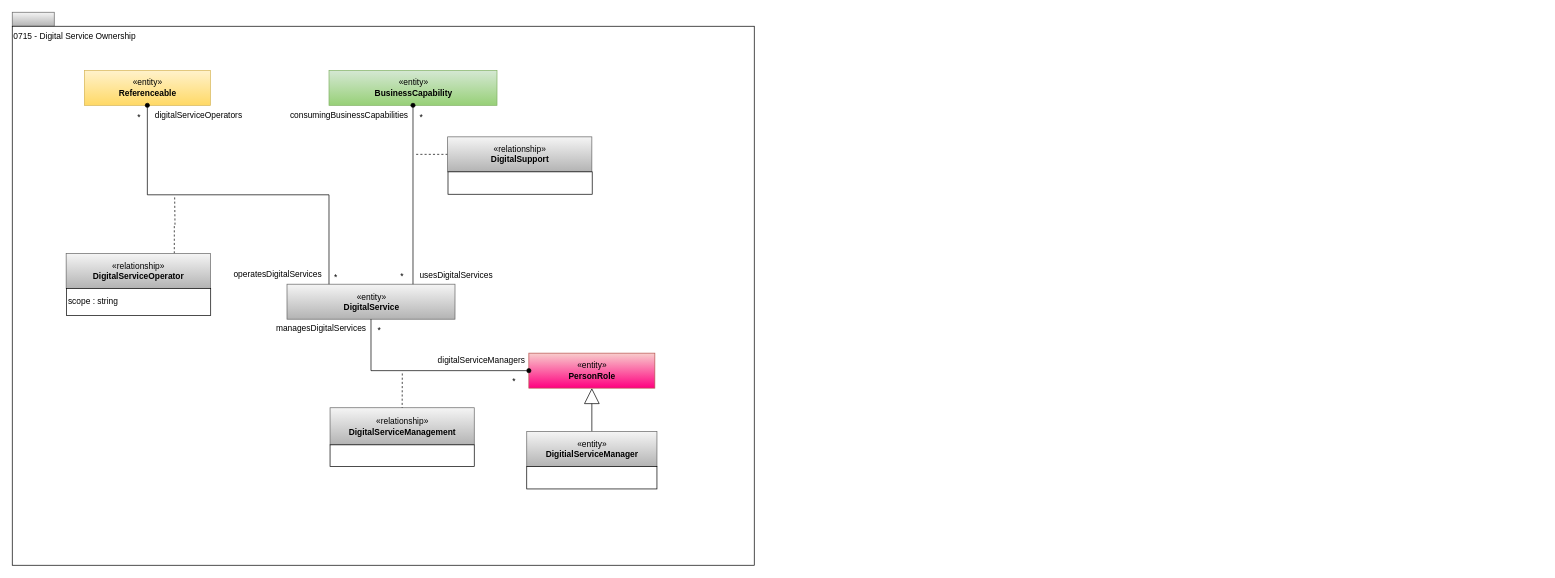
This is page "0715-Digital-Product-Management" (4 of 17) of site/docs/types/7/area-7-lineage.drawio from odpi/egeria-docs, a draw.io file, before an edit. Source tidied: cells renumbered, new cells numbered last; positions are measured from the earlier drawing's top-left corner, leaving out a move shared by most shapes. Both pictures are drawn from the tidied source at 70%, with x=0, y=0 at pixel (12, 12).
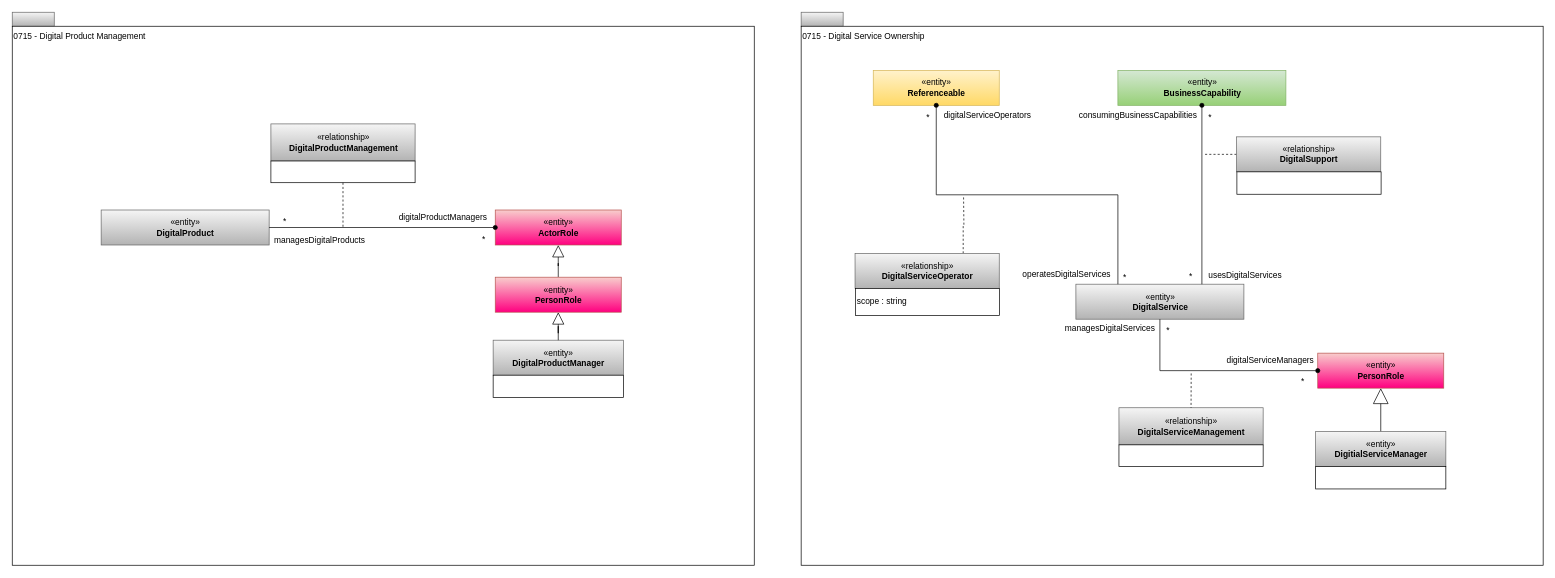
After the change.

What changed in the source:
```diff
@@
-    <mxCell id="3" value="0715 - Digital Service Ownership" style="rounded=0;whiteSpace=wrap;html=1;align=left;verticalAlign=top;" parent="1" vertex="1">
+    <mxCell id="3" value="0715 - Digital Product Management" style="rounded=0;whiteSpace=wrap;html=1;align=left;verticalAlign=top;" parent="1" vertex="1">
       <mxGeometry y="20" width="1060" height="770" as="geometry" />
     </mxCell>
-    <mxCell id="4" style="edgeStyle=orthogonalEdgeStyle;rounded=0;html=1;exitX=0.75;exitY=0;dashed=1;endArrow=none;endFill=0;jettySize=auto;exitDx=0;exitDy=0;" parent="1" edge="1" source="5">
-      <mxGeometry relative="1" as="geometry">
-        <mxPoint x="232" y="262" as="targetPoint" />
-      </mxGeometry>
-    </mxCell>
-    <mxCell id="5" value="«relationship»&lt;br&gt;&lt;b&gt;DigitalServiceOperator&lt;/b&gt;" style="html=1;strokeColor=#666666;align=center;fillColor=#f5f5f5;gradientColor=#b3b3b3;" parent="1" vertex="1">
-      <mxGeometry x="77" y="344.5" width="206" height="50" as="geometry" />
-    </mxCell>
-    <mxCell id="6" value="scope : string" style="rounded=0;whiteSpace=wrap;html=1;strokeColor=#000000;gradientColor=#ffffff;align=left;" parent="1" vertex="1">
-      <mxGeometry x="77.5" y="394.5" width="206" height="38.5" as="geometry" />
-    </mxCell>
-    <mxCell id="7" value="«entity»&lt;br&gt;&lt;b&gt;DigitalService&lt;/b&gt;" style="html=1;strokeColor=#666666;align=center;fillColor=#f5f5f5;gradientColor=#b3b3b3;" parent="1" vertex="1">
-      <mxGeometry x="392.5" y="388.5" width="240" height="50" as="geometry" />
+    <mxCell id="7" value="«entity»&lt;br&gt;&lt;b&gt;DigitalProduct&lt;/b&gt;" style="html=1;strokeColor=#666666;align=center;fillColor=#f5f5f5;gradientColor=#b3b3b3;" parent="1" vertex="1">
+      <mxGeometry x="127" y="282.5" width="240" height="50" as="geometry" />
     </mxCell>
-    <mxCell id="8" value="«entity»&lt;br&gt;&lt;b&gt;BusinessCapability&lt;/b&gt;" style="html=1;strokeColor=#82b366;align=center;fillColor=#d5e8d4;gradientColor=#97d077;" parent="1" vertex="1">
-      <mxGeometry x="452.5" y="83" width="240" height="50" as="geometry" />
-    </mxCell>
-    <mxCell id="9" style="edgeStyle=orthogonalEdgeStyle;rounded=0;html=1;exitX=0;exitY=0.5;endArrow=none;endFill=0;jettySize=auto;dashed=1;" parent="1" edge="1" source="10">
-      <mxGeometry relative="1" as="geometry">
-        <mxPoint x="574" y="203" as="targetPoint" />
-      </mxGeometry>
-    </mxCell>
-    <mxCell id="10" value="«relationship»&lt;br&gt;&lt;b&gt;DigitalSupport&lt;/b&gt;" style="html=1;strokeColor=#666666;align=center;fillColor=#f5f5f5;gradientColor=#b3b3b3;" parent="1" vertex="1">
-      <mxGeometry x="622" y="178" width="206" height="50" as="geometry" />
-    </mxCell>
-    <mxCell id="11" style="rounded=0;whiteSpace=wrap;html=1;strokeColor=#000000;gradientColor=#ffffff;align=left;" parent="1" vertex="1">
-      <mxGeometry x="622.5" y="228" width="206" height="32" as="geometry" />
-    </mxCell>
-    <mxCell id="12" value="digitalServiceOperators" style="text;html=1;align=center;verticalAlign=top;spacingTop=-4;" parent="1" vertex="1">
-      <mxGeometry x="196" y="137" width="140" height="20" as="geometry" />
-    </mxCell>
-    <mxCell id="13" value="*" style="text;html=1;align=center;verticalAlign=top;spacingTop=-4;" parent="1" vertex="1">
-      <mxGeometry x="173" y="140" width="15" height="14" as="geometry" />
-    </mxCell>
     <mxCell id="14" value="*" style="text;html=1;align=center;verticalAlign=top;spacingTop=-4;" parent="1" vertex="1">
-      <mxGeometry x="454" y="369" width="15" height="14" as="geometry" />
+      <mxGeometry x="381.5" y="288.5" width="15" height="14" as="geometry" />
     </mxCell>
-    <mxCell id="15" value="*" style="text;html=1;align=center;verticalAlign=top;spacingTop=-4;" parent="1" vertex="1">
-      <mxGeometry x="576" y="140" width="15" height="14" as="geometry" />
-    </mxCell>
-    <mxCell id="16" value="*" style="text;html=1;align=center;verticalAlign=top;spacingTop=-4;" parent="1" vertex="1">
-      <mxGeometry x="516.2" y="445" width="15" height="14" as="geometry" />
-    </mxCell>
-    <mxCell id="17" value="usesDigitalServices" style="text;html=1;align=center;verticalAlign=top;spacingTop=-4;" parent="1" vertex="1">
-      <mxGeometry x="574" y="366" width="120" height="20" as="geometry" />
-    </mxCell>
-    <mxCell id="18" value="digitalServiceManagers" style="text;html=1;align=center;verticalAlign=top;spacingTop=-4;" parent="1" vertex="1">
-      <mxGeometry x="599.5" y="487" width="140" height="20" as="geometry" />
+    <mxCell id="18" value="digitalProductManagers" style="text;html=1;align=center;verticalAlign=top;spacingTop=-4;" parent="1" vertex="1">
+      <mxGeometry x="540" y="282.5" width="150" height="20" as="geometry" />
     </mxCell>
-    <mxCell id="19" style="edgeStyle=orthogonalEdgeStyle;rounded=0;jettySize=auto;html=1;exitX=0.5;exitY=0;exitDx=0;exitDy=0;endArrow=block;endFill=0;endSize=20;" parent="1" edge="1" source="20" target="28">
-      <mxGeometry relative="1" as="geometry" />
-    </mxCell>
+    <mxCell id="35" style="edgeStyle=orthogonalEdgeStyle;rounded=0;jettySize=auto;html=1;exitX=0.5;exitY=0;exitDx=0;exitDy=0;endArrow=block;endFill=0;startSize=6;endSize=15;" parent="1" edge="1" source="62" target="28">
+      <mxGeometry relative="1" as="geometry" />
+    </mxCell>
-    <mxCell id="20" value="«entity»&lt;br&gt;&lt;b&gt;DigitialServiceManager&lt;/b&gt;" style="html=1;strokeColor=#666666;align=center;fillColor=#f5f5f5;gradientColor=#b3b3b3;" parent="1" vertex="1">
-      <mxGeometry x="735" y="599" width="186" height="50" as="geometry" />
+    <mxCell id="20" value="«entity»&lt;br&gt;&lt;b&gt;DigitalProductManager&lt;/b&gt;" style="html=1;strokeColor=#666666;align=center;fillColor=#f5f5f5;gradientColor=#b3b3b3;" parent="1" vertex="1">
+      <mxGeometry x="687" y="468.5" width="186" height="50" as="geometry" />
     </mxCell>
     <mxCell id="21" value="*" style="text;html=1;strokeColor=none;fillColor=none;align=center;verticalAlign=middle;whiteSpace=wrap;rounded=0;" parent="1" vertex="1">
-      <mxGeometry x="704" y="519" width="26" height="18" as="geometry" />
+      <mxGeometry x="661" y="314.5" width="26" height="18" as="geometry" />
     </mxCell>
-    <mxCell id="22" value="«relationship»&lt;br&gt;&lt;b&gt;DigitalServiceManagement&lt;/b&gt;" style="html=1;strokeColor=#666666;align=center;fillColor=#f5f5f5;gradientColor=#b3b3b3;" parent="1" vertex="1">
-      <mxGeometry x="454" y="565" width="206" height="53" as="geometry" />
+    <mxCell id="22" value="«relationship»&lt;br&gt;&lt;b&gt;DigitalProductManagement&lt;/b&gt;" style="html=1;strokeColor=#666666;align=center;fillColor=#f5f5f5;gradientColor=#b3b3b3;" parent="1" vertex="1">
+      <mxGeometry x="369.5" y="159.5" width="206" height="53" as="geometry" />
     </mxCell>
-    <mxCell id="23" style="endArrow=none;dashed=1;html=1;entryX=0.5;entryY=0;entryDx=0;entryDy=0;" parent="1" edge="1" target="22">
-      <mxGeometry relative="1" as="geometry">
-        <mxPoint x="557.2" y="516" as="sourcePoint" />
-      </mxGeometry>
-    </mxCell>
     <mxCell id="24" style="rounded=0;whiteSpace=wrap;html=1;strokeColor=#000000;gradientColor=#ffffff;align=left;" parent="1" vertex="1">
-      <mxGeometry x="454" y="618" width="206" height="31" as="geometry" />
+      <mxGeometry x="369.5" y="212.5" width="206" height="31" as="geometry" />
     </mxCell>
-    <mxCell id="25" value="consumingBusinessCapabilities" style="text;html=1;strokeColor=none;fillColor=none;align=center;verticalAlign=middle;whiteSpace=wrap;rounded=0;" parent="1" vertex="1">
-      <mxGeometry x="430.8" y="137" width="100.5" height="20" as="geometry" />
-    </mxCell>
-    <mxCell id="26" value="managesDigitalServices" style="text;html=1;strokeColor=none;fillColor=none;align=center;verticalAlign=middle;whiteSpace=wrap;rounded=0;" parent="1" vertex="1">
-      <mxGeometry x="384" y="442" width="115" height="20" as="geometry" />
+    <mxCell id="26" value="managesDigitalProducts" style="text;html=1;strokeColor=none;fillColor=none;align=center;verticalAlign=middle;whiteSpace=wrap;rounded=0;" parent="1" vertex="1">
+      <mxGeometry x="381.5" y="316" width="115" height="20" as="geometry" />
     </mxCell>
-    <mxCell id="27" value="*" style="text;html=1;strokeColor=none;fillColor=none;align=center;verticalAlign=middle;whiteSpace=wrap;rounded=0;" parent="1" vertex="1">
-      <mxGeometry x="544" y="368.5" width="26" height="18" as="geometry" />
-    </mxCell>
-    <mxCell id="28" value="«entity»&lt;br&gt;&lt;b&gt;PersonRole&lt;/b&gt;" style="html=1;strokeColor=#b85450;align=center;fillColor=#f8cecc;gradientColor=#FF0080;" parent="1" vertex="1">
-      <mxGeometry x="738" y="487" width="180" height="50" as="geometry" />
+    <mxCell id="28" value="«entity»&lt;br&gt;&lt;b&gt;ActorRole&lt;/b&gt;" style="html=1;strokeColor=#b85450;align=center;fillColor=#f8cecc;gradientColor=#FF0080;" parent="1" vertex="1">
+      <mxGeometry x="690" y="282.5" width="180" height="50" as="geometry" />
     </mxCell>
-    <mxCell id="29" value="operatesDigitalServices" style="text;html=1;align=center;verticalAlign=top;spacingTop=-4;" parent="1" vertex="1">
-      <mxGeometry x="309" y="365" width="140" height="20" as="geometry" />
-    </mxCell>
-    <mxCell id="30" style="edgeStyle=orthogonalEdgeStyle;rounded=0;html=1;exitX=0.5;exitY=1;endArrow=none;endFill=0;jettySize=auto;exitDx=0;exitDy=0;startArrow=oval;startFill=1;entryX=0.75;entryY=0;entryDx=0;entryDy=0;" parent="1" edge="1" source="8" target="7">
-      <mxGeometry relative="1" as="geometry" />
-    </mxCell>
-    <mxCell id="31" style="edgeStyle=orthogonalEdgeStyle;rounded=0;html=1;exitX=0.5;exitY=1;entryX=0;entryY=0.5;jettySize=auto;endArrow=oval;endFill=1;exitDx=0;exitDy=0;entryDx=0;entryDy=0;" parent="1" edge="1" source="7" target="28">
+    <mxCell id="31" style="edgeStyle=orthogonalEdgeStyle;rounded=0;html=1;jettySize=auto;endArrow=oval;endFill=1;entryX=0;entryY=0.5;entryDx=0;entryDy=0;" parent="1" edge="1" source="7" target="28">
       <mxGeometry relative="1" as="geometry" />
     </mxCell>
     <mxCell id="32" style="rounded=0;whiteSpace=wrap;html=1;strokeColor=#000000;gradientColor=#ffffff;align=left;" parent="1" vertex="1">
-      <mxGeometry x="735" y="649" width="186" height="32" as="geometry" />
+      <mxGeometry x="687" y="518.5" width="186" height="32" as="geometry" />
     </mxCell>
+    <mxCell id="36" style="rounded=0;whiteSpace=wrap;html=1;align=left;fillColor=#f5f5f5;strokeColor=#666666;gradientColor=#b3b3b3;" parent="1" vertex="1">
+      <mxGeometry x="1127" width="60" height="20" as="geometry" />
+    </mxCell>
+    <mxCell id="37" value="0715 - Digital Service Ownership" style="rounded=0;whiteSpace=wrap;html=1;align=left;verticalAlign=top;" parent="1" vertex="1">
+      <mxGeometry x="1127" y="20" width="1060" height="770" as="geometry" />
+    </mxCell>
+    <mxCell id="38" style="edgeStyle=orthogonalEdgeStyle;rounded=0;html=1;exitX=0.75;exitY=0;dashed=1;endArrow=none;endFill=0;jettySize=auto;exitDx=0;exitDy=0;" parent="1" edge="1" source="5">
+      <mxGeometry relative="1" as="geometry">
+        <mxPoint x="1359" y="262" as="targetPoint" />
+      </mxGeometry>
+    </mxCell>
+    <mxCell id="5" value="«relationship»&lt;br&gt;&lt;b&gt;DigitalServiceOperator&lt;/b&gt;" style="html=1;strokeColor=#666666;align=center;fillColor=#f5f5f5;gradientColor=#b3b3b3;" parent="1" vertex="1">
+      <mxGeometry x="1204" y="344.5" width="206" height="50" as="geometry" />
+    </mxCell>
+    <mxCell id="6" value="scope : string" style="rounded=0;whiteSpace=wrap;html=1;strokeColor=#000000;gradientColor=#ffffff;align=left;" parent="1" vertex="1">
+      <mxGeometry x="1204.5" y="394.5" width="206" height="38.5" as="geometry" />
+    </mxCell>
+    <mxCell id="39" value="«entity»&lt;br&gt;&lt;b&gt;DigitalService&lt;/b&gt;" style="html=1;strokeColor=#666666;align=center;fillColor=#f5f5f5;gradientColor=#b3b3b3;" parent="1" vertex="1">
+      <mxGeometry x="1519.5" y="388.5" width="240" height="50" as="geometry" />
+    </mxCell>
+    <mxCell id="8" value="«entity»&lt;br&gt;&lt;b&gt;BusinessCapability&lt;/b&gt;" style="html=1;strokeColor=#82b366;align=center;fillColor=#d5e8d4;gradientColor=#97d077;" parent="1" vertex="1">
+      <mxGeometry x="1579.5" y="83" width="240" height="50" as="geometry" />
+    </mxCell>
+    <mxCell id="40" style="edgeStyle=orthogonalEdgeStyle;rounded=0;html=1;exitX=0;exitY=0.5;endArrow=none;endFill=0;jettySize=auto;dashed=1;" parent="1" edge="1" source="10">
+      <mxGeometry relative="1" as="geometry">
+        <mxPoint x="1701" y="203" as="targetPoint" />
+      </mxGeometry>
+    </mxCell>
+    <mxCell id="10" value="«relationship»&lt;br&gt;&lt;b&gt;DigitalSupport&lt;/b&gt;" style="html=1;strokeColor=#666666;align=center;fillColor=#f5f5f5;gradientColor=#b3b3b3;" parent="1" vertex="1">
+      <mxGeometry x="1749" y="178" width="206" height="50" as="geometry" />
+    </mxCell>
+    <mxCell id="41" style="rounded=0;whiteSpace=wrap;html=1;strokeColor=#000000;gradientColor=#ffffff;align=left;" parent="1" vertex="1">
+      <mxGeometry x="1749.5" y="228" width="206" height="32" as="geometry" />
+    </mxCell>
+    <mxCell id="12" value="digitalServiceOperators" style="text;html=1;align=center;verticalAlign=top;spacingTop=-4;" parent="1" vertex="1">
+      <mxGeometry x="1323" y="137" width="140" height="20" as="geometry" />
+    </mxCell>
+    <mxCell id="42" value="*" style="text;html=1;align=center;verticalAlign=top;spacingTop=-4;" parent="1" vertex="1">
+      <mxGeometry x="1300" y="140" width="15" height="14" as="geometry" />
+    </mxCell>
+    <mxCell id="43" value="*" style="text;html=1;align=center;verticalAlign=top;spacingTop=-4;" parent="1" vertex="1">
+      <mxGeometry x="1581" y="369" width="15" height="14" as="geometry" />
+    </mxCell>
+    <mxCell id="44" value="*" style="text;html=1;align=center;verticalAlign=top;spacingTop=-4;" parent="1" vertex="1">
+      <mxGeometry x="1703" y="140" width="15" height="14" as="geometry" />
+    </mxCell>
+    <mxCell id="45" value="*" style="text;html=1;align=center;verticalAlign=top;spacingTop=-4;" parent="1" vertex="1">
+      <mxGeometry x="1643.2" y="445" width="15" height="14" as="geometry" />
+    </mxCell>
+    <mxCell id="17" value="usesDigitalServices" style="text;html=1;align=center;verticalAlign=top;spacingTop=-4;" parent="1" vertex="1">
+      <mxGeometry x="1701" y="366" width="120" height="20" as="geometry" />
+    </mxCell>
+    <mxCell id="46" value="digitalServiceManagers" style="text;html=1;align=center;verticalAlign=top;spacingTop=-4;" parent="1" vertex="1">
+      <mxGeometry x="1726.5" y="487" width="140" height="20" as="geometry" />
+    </mxCell>
+    <mxCell id="47" style="edgeStyle=orthogonalEdgeStyle;rounded=0;jettySize=auto;html=1;exitX=0.5;exitY=0;exitDx=0;exitDy=0;endArrow=block;endFill=0;endSize=20;" parent="1" edge="1" source="48" target="55">
+      <mxGeometry relative="1" as="geometry" />
+    </mxCell>
+    <mxCell id="48" value="«entity»&lt;br&gt;&lt;b&gt;DigitialServiceManager&lt;/b&gt;" style="html=1;strokeColor=#666666;align=center;fillColor=#f5f5f5;gradientColor=#b3b3b3;" parent="1" vertex="1">
+      <mxGeometry x="1862" y="599" width="186" height="50" as="geometry" />
+    </mxCell>
+    <mxCell id="49" value="*" style="text;html=1;strokeColor=none;fillColor=none;align=center;verticalAlign=middle;whiteSpace=wrap;rounded=0;" parent="1" vertex="1">
+      <mxGeometry x="1831" y="519" width="26" height="18" as="geometry" />
+    </mxCell>
+    <mxCell id="50" value="«relationship»&lt;br&gt;&lt;b&gt;DigitalServiceManagement&lt;/b&gt;" style="html=1;strokeColor=#666666;align=center;fillColor=#f5f5f5;gradientColor=#b3b3b3;" parent="1" vertex="1">
+      <mxGeometry x="1581" y="565" width="206" height="53" as="geometry" />
+    </mxCell>
+    <mxCell id="51" style="endArrow=none;dashed=1;html=1;entryX=0.5;entryY=0;entryDx=0;entryDy=0;" parent="1" edge="1" target="50">
+      <mxGeometry relative="1" as="geometry">
+        <mxPoint x="1684.2" y="516" as="sourcePoint" />
+      </mxGeometry>
+    </mxCell>
+    <mxCell id="52" style="rounded=0;whiteSpace=wrap;html=1;strokeColor=#000000;gradientColor=#ffffff;align=left;" parent="1" vertex="1">
+      <mxGeometry x="1581" y="618" width="206" height="31" as="geometry" />
+    </mxCell>
+    <mxCell id="25" value="consumingBusinessCapabilities" style="text;html=1;strokeColor=none;fillColor=none;align=center;verticalAlign=middle;whiteSpace=wrap;rounded=0;" parent="1" vertex="1">
+      <mxGeometry x="1557.8" y="137" width="100.5" height="20" as="geometry" />
+    </mxCell>
+    <mxCell id="53" value="managesDigitalServices" style="text;html=1;strokeColor=none;fillColor=none;align=center;verticalAlign=middle;whiteSpace=wrap;rounded=0;" parent="1" vertex="1">
+      <mxGeometry x="1511" y="442" width="115" height="20" as="geometry" />
+    </mxCell>
+    <mxCell id="54" value="*" style="text;html=1;strokeColor=none;fillColor=none;align=center;verticalAlign=middle;whiteSpace=wrap;rounded=0;" parent="1" vertex="1">
+      <mxGeometry x="1671" y="368.5" width="26" height="18" as="geometry" />
+    </mxCell>
+    <mxCell id="55" value="«entity»&lt;br&gt;&lt;b&gt;PersonRole&lt;/b&gt;" style="html=1;strokeColor=#b85450;align=center;fillColor=#f8cecc;gradientColor=#FF0080;" parent="1" vertex="1">
+      <mxGeometry x="1865" y="487" width="180" height="50" as="geometry" />
+    </mxCell>
+    <mxCell id="29" value="operatesDigitalServices" style="text;html=1;align=center;verticalAlign=top;spacingTop=-4;" parent="1" vertex="1">
+      <mxGeometry x="1436" y="365" width="140" height="20" as="geometry" />
+    </mxCell>
+    <mxCell id="56" style="edgeStyle=orthogonalEdgeStyle;rounded=0;html=1;exitX=0.5;exitY=1;endArrow=none;endFill=0;jettySize=auto;exitDx=0;exitDy=0;startArrow=oval;startFill=1;entryX=0.75;entryY=0;entryDx=0;entryDy=0;" parent="1" edge="1" source="8" target="39">
+      <mxGeometry relative="1" as="geometry" />
+    </mxCell>
+    <mxCell id="57" style="edgeStyle=orthogonalEdgeStyle;rounded=0;html=1;exitX=0.5;exitY=1;entryX=0;entryY=0.5;jettySize=auto;endArrow=oval;endFill=1;exitDx=0;exitDy=0;entryDx=0;entryDy=0;" parent="1" edge="1" source="39" target="55">
+      <mxGeometry relative="1" as="geometry" />
+    </mxCell>
+    <mxCell id="58" style="rounded=0;whiteSpace=wrap;html=1;strokeColor=#000000;gradientColor=#ffffff;align=left;" parent="1" vertex="1">
+      <mxGeometry x="1862" y="649" width="186" height="32" as="geometry" />
+    </mxCell>
     <mxCell id="33" value="«entity»&lt;br&gt;&lt;b&gt;Referenceable&lt;/b&gt;" style="html=1;strokeColor=#d6b656;align=center;fillColor=#fff2cc;gradientColor=#ffd966;" parent="1" vertex="1">
-      <mxGeometry x="103" y="83" width="180" height="50" as="geometry" />
+      <mxGeometry x="1230" y="83" width="180" height="50" as="geometry" />
     </mxCell>
-    <mxCell id="34" style="edgeStyle=orthogonalEdgeStyle;rounded=0;html=1;exitX=0.25;exitY=0;endArrow=oval;endFill=1;jettySize=auto;exitDx=0;exitDy=0;" parent="1" edge="1" source="7" target="33">
-      <mxGeometry relative="1" as="geometry" />
-    </mxCell>
+    <mxCell id="59" style="edgeStyle=orthogonalEdgeStyle;rounded=0;html=1;exitX=0.25;exitY=0;endArrow=oval;endFill=1;jettySize=auto;exitDx=0;exitDy=0;" parent="1" edge="1" source="39" target="33">
+      <mxGeometry relative="1" as="geometry" />
+    </mxCell>
+    <mxCell id="60" style="endArrow=none;dashed=1;html=1;entryX=0.5;entryY=0;entryDx=0;entryDy=0;exitX=0.5;exitY=1;exitDx=0;exitDy=0;" parent="1" edge="1" source="24">
+      <mxGeometry relative="1" as="geometry">
+        <mxPoint x="472.5" y="308" as="targetPoint" />
+      </mxGeometry>
+    </mxCell>
+    <mxCell id="61" style="edgeStyle=orthogonalEdgeStyle;rounded=0;jettySize=auto;html=1;exitX=0.5;exitY=0;exitDx=0;exitDy=0;endArrow=block;endFill=0;startSize=6;endSize=15;" parent="1" edge="1" source="20" target="62">
+      <mxGeometry relative="1" as="geometry" />
+    </mxCell>
+    <mxCell id="62" value="«entity»&lt;br&gt;&lt;b&gt;PersonRole&lt;/b&gt;" style="html=1;strokeColor=#b85450;align=center;fillColor=#f8cecc;gradientColor=#FF0080;" parent="1" vertex="1">
+      <mxGeometry x="690" y="378.5" width="180" height="50" as="geometry" />
+    </mxCell>
```
